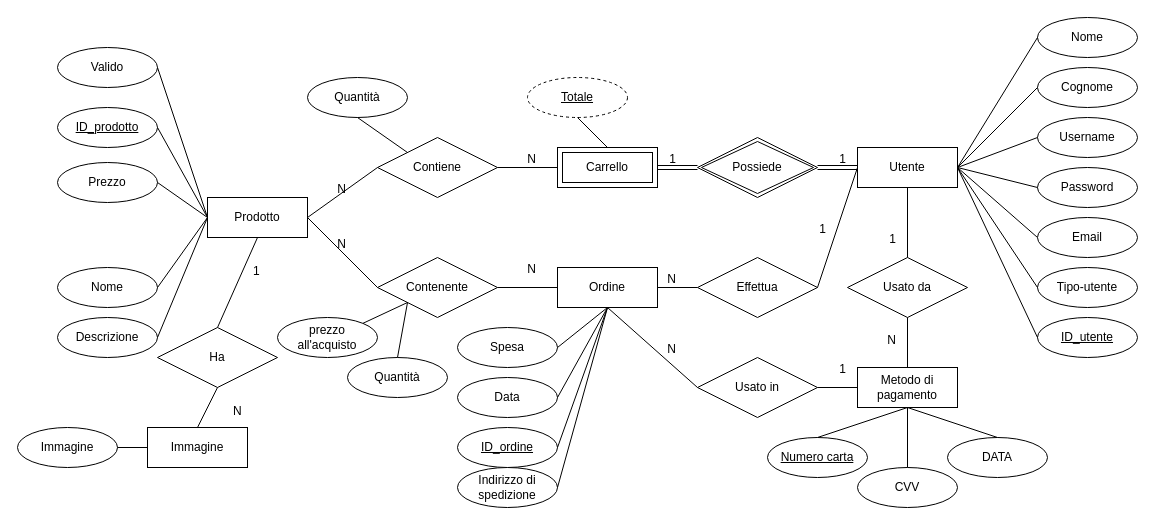
Earlier version of the draw.io diagram BD/GourmetSpices.drawio (superfra01/GourmetSpices). Source tidied: cells renumbered, new cells numbered last; positions are measured from the earlier drawing's top-left corner, leaving out a move shared by most shapes. Both pictures are drawn from the tidied source at 100%, with x=0, y=0 at pixel (17, 17).
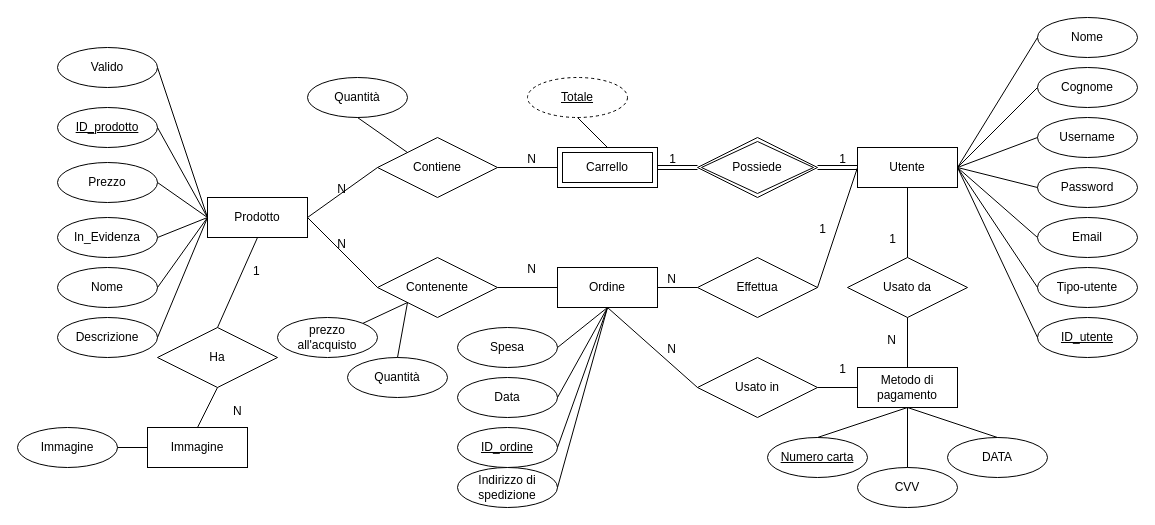
After the change.

The change refers to these unchanged cells:
```xml
<mxCell id="14" value="Prodotto" style="whiteSpace=wrap;html=1;align=center;" parent="1" vertex="1">
  <mxGeometry x="190" y="180" width="100" height="40" as="geometry" />
</mxCell>
```

What changed in the source:
```diff
@@
+    <mxCell id="91" value="In_Evidenza" style="ellipse;whiteSpace=wrap;html=1;align=center;" parent="1" vertex="1">
+      <mxGeometry x="40" y="200" width="100" height="40" as="geometry" />
+    </mxCell>
+    <mxCell id="92" style="endArrow=none;html=1;rounded=0;exitX=1;exitY=0.5;exitDx=0;exitDy=0;entryX=0;entryY=0.5;entryDx=0;entryDy=0;" parent="1" edge="1" source="91" target="14">
+      <mxGeometry relative="1" as="geometry" />
+    </mxCell>
```
